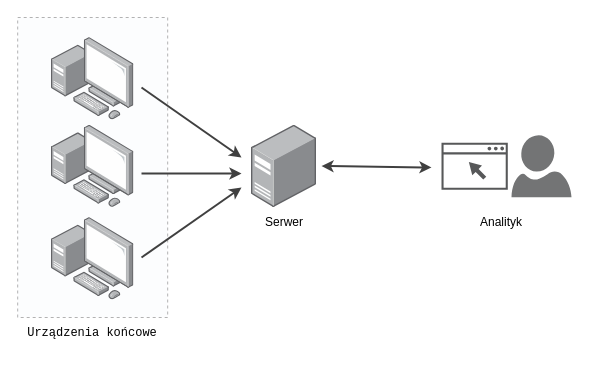
The draw.io diagram inz/architektura_klienty.drawio in Matie26/diagrams-net, before the edit. Source tidied: cells renumbered, new cells numbered last; positions are measured from the earlier drawing's top-left corner, leaving out a move shared by most shapes. Both pictures are drawn from the tidied source at 100%, with x=0, y=0 at pixel (17, 17).
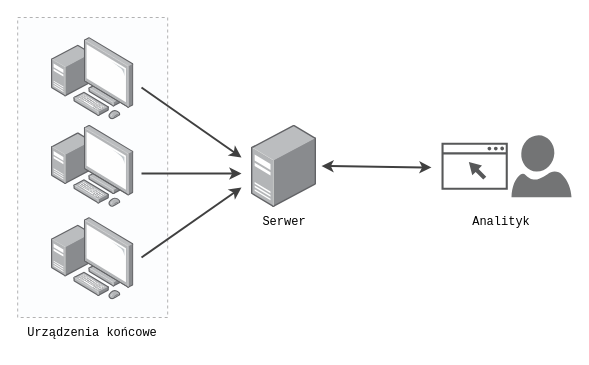
Above is the later version.

What changed in the source:
```diff
@@
 <mxGraphModel>
   <root>
     <mxCell id="0" />
     <mxCell id="1" parent="0" />
     <mxCell id="2" style="rounded=0;whiteSpace=wrap;html=1;fillColor=#F6F8FA;dashed=1;opacity=30;" parent="1" vertex="1">
       <mxGeometry x="0.2" width="150" height="300" as="geometry" />
     </mxCell>
     <mxCell id="3" style="html=1;align=center;shadow=0;dashed=0;image;image=img/lib/allied_telesis/computer_and_terminals/Personal_Computer_with_Server.svg;" parent="1" vertex="1">
       <mxGeometry x="34" y="20" width="82.4" height="82.4" as="geometry" />
     </mxCell>
     <mxCell id="4" style="html=1;align=center;shadow=0;dashed=0;image;image=img/lib/allied_telesis/computer_and_terminals/Personal_Computer_with_Server.svg;" parent="1" vertex="1">
       <mxGeometry x="34" y="107.6" width="82.4" height="82.4" as="geometry" />
     </mxCell>
     <mxCell id="5" style="html=1;align=center;shadow=0;dashed=0;image;image=img/lib/allied_telesis/computer_and_terminals/Server_Desktop.svg;" parent="1" vertex="1">
       <mxGeometry x="234" y="107.6" width="65" height="82.4" as="geometry" />
     </mxCell>
     <mxCell id="6" style="sketch=0;shadow=0;dashed=0;html=1;strokeColor=none;fillColor=#575859;labelPosition=center;verticalLabelPosition=bottom;verticalAlign=top;align=center;shape=mxgraph.vvd.web_browser;" parent="1" vertex="1">
       <mxGeometry x="424" y="125.2" width="66.3" height="47.1" as="geometry" />
     </mxCell>
     <mxCell id="7" style="verticalLabelPosition=bottom;html=1;verticalAlign=top;align=center;strokeColor=none;fillColor=#737475;shape=mxgraph.azure.user;flipH=1;" parent="1" vertex="1">
       <mxGeometry x="494" y="117.8" width="60" height="62" as="geometry" />
     </mxCell>
     <mxCell id="8" style="html=1;align=center;shadow=0;dashed=0;image;image=img/lib/allied_telesis/computer_and_terminals/Personal_Computer_with_Server.svg;" parent="1" vertex="1">
       <mxGeometry x="34" y="200" width="82.4" height="82.4" as="geometry" />
     </mxCell>
     <mxCell id="9" style="endArrow=classic;html=1;rounded=0;strokeWidth=2;strokeColor=#404040;" parent="1" edge="1">
       <mxGeometry relative="1" as="geometry">
         <mxPoint x="124" y="240" as="sourcePoint" />
         <mxPoint x="224" y="170" as="targetPoint" />
       </mxGeometry>
     </mxCell>
     <mxCell id="10" style="endArrow=classic;html=1;rounded=0;strokeWidth=2;strokeColor=#404040;" parent="1" edge="1">
       <mxGeometry relative="1" as="geometry">
         <mxPoint x="124" y="70" as="sourcePoint" />
         <mxPoint x="224" y="140" as="targetPoint" />
       </mxGeometry>
     </mxCell>
     <mxCell id="11" style="endArrow=classic;html=1;rounded=0;strokeWidth=2;strokeColor=#404040;" parent="1" edge="1">
       <mxGeometry relative="1" as="geometry">
         <mxPoint x="124" y="156" as="sourcePoint" />
         <mxPoint x="224" y="156" as="targetPoint" />
       </mxGeometry>
     </mxCell>
     <mxCell id="12" style="endArrow=classic;startArrow=classic;html=1;rounded=0;strokeColor=#404040;strokeWidth=2;" parent="1" edge="1">
       <mxGeometry relative="1" as="geometry">
         <mxPoint x="304" y="148.5" as="sourcePoint" />
         <mxPoint x="414" y="150" as="targetPoint" />
       </mxGeometry>
     </mxCell>
     <mxCell id="13" value="&lt;font face=&quot;Courier New&quot;&gt;Urządzenia końcowe&lt;/font&gt;" style="text;html=1;strokeColor=none;fillColor=none;align=center;verticalAlign=middle;whiteSpace=wrap;rounded=0;dashed=1;opacity=30;" parent="1" vertex="1">
       <mxGeometry x="0.2" y="300" width="150" height="30" as="geometry" />
     </mxCell>
-    <mxCell id="14" value="Serwer" style="text;html=1;strokeColor=none;fillColor=none;align=center;verticalAlign=middle;whiteSpace=wrap;rounded=0;dashed=1;opacity=30;" parent="1" vertex="1">
+    <mxCell id="14" value="Serwer" style="text;html=1;strokeColor=none;fillColor=none;align=center;verticalAlign=middle;whiteSpace=wrap;rounded=0;dashed=1;opacity=30;fontFamily=Courier New;" parent="1" vertex="1">
       <mxGeometry x="231.5" y="190" width="70" height="30" as="geometry" />
     </mxCell>
-    <mxCell id="15" value="Analityk" style="text;html=1;strokeColor=none;fillColor=none;align=center;verticalAlign=middle;whiteSpace=wrap;rounded=0;dashed=1;opacity=30;" parent="1" vertex="1">
+    <mxCell id="15" value="Analityk" style="text;html=1;strokeColor=none;fillColor=none;align=center;verticalAlign=middle;whiteSpace=wrap;rounded=0;dashed=1;opacity=30;fontFamily=Courier New;" parent="1" vertex="1">
       <mxGeometry x="454" y="190" width="60" height="30" as="geometry" />
     </mxCell>
   </root>
 </mxGraphModel>
```
